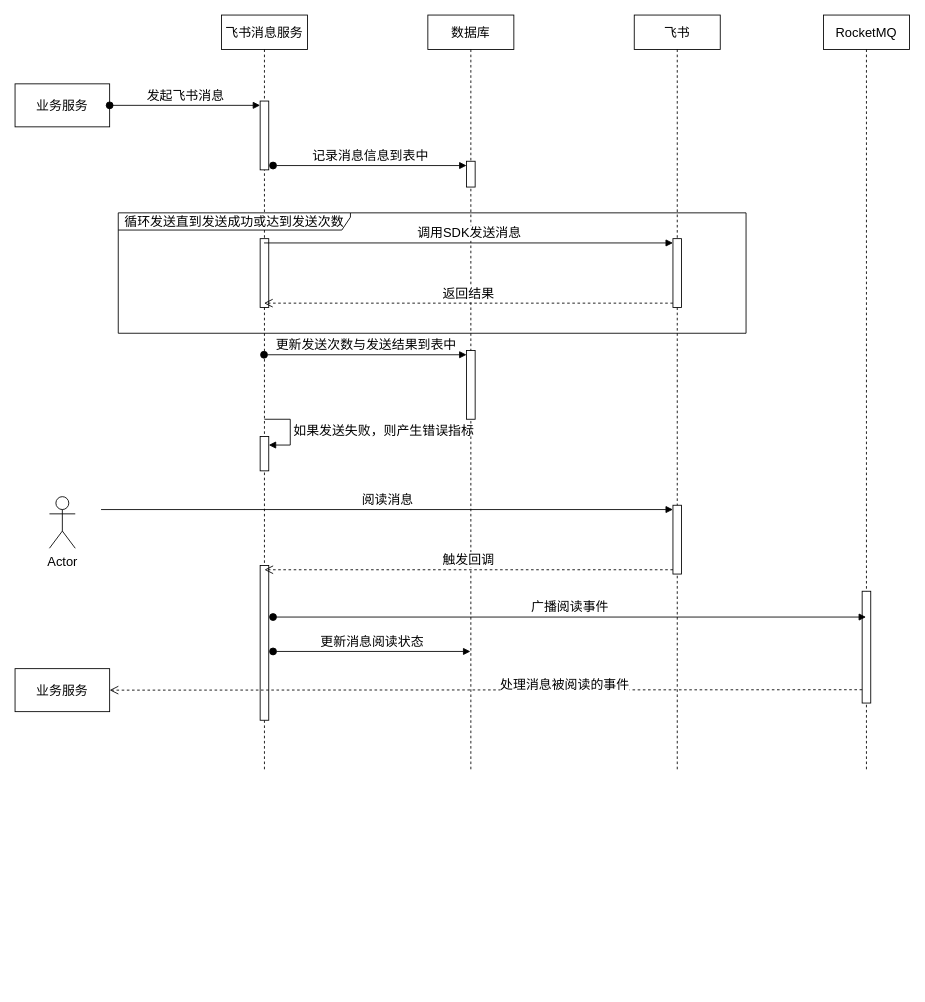
Above: 飞书消息流程.drawio in cjf354075714/learn (draw.io), before the change. Source tidied: cells renumbered, new cells numbered last; positions are measured from the earlier drawing's top-left corner, leaving out a move shared by most shapes. Both pictures are drawn from the tidied source at 86%, with x=0, y=0 at pixel (15, 15).
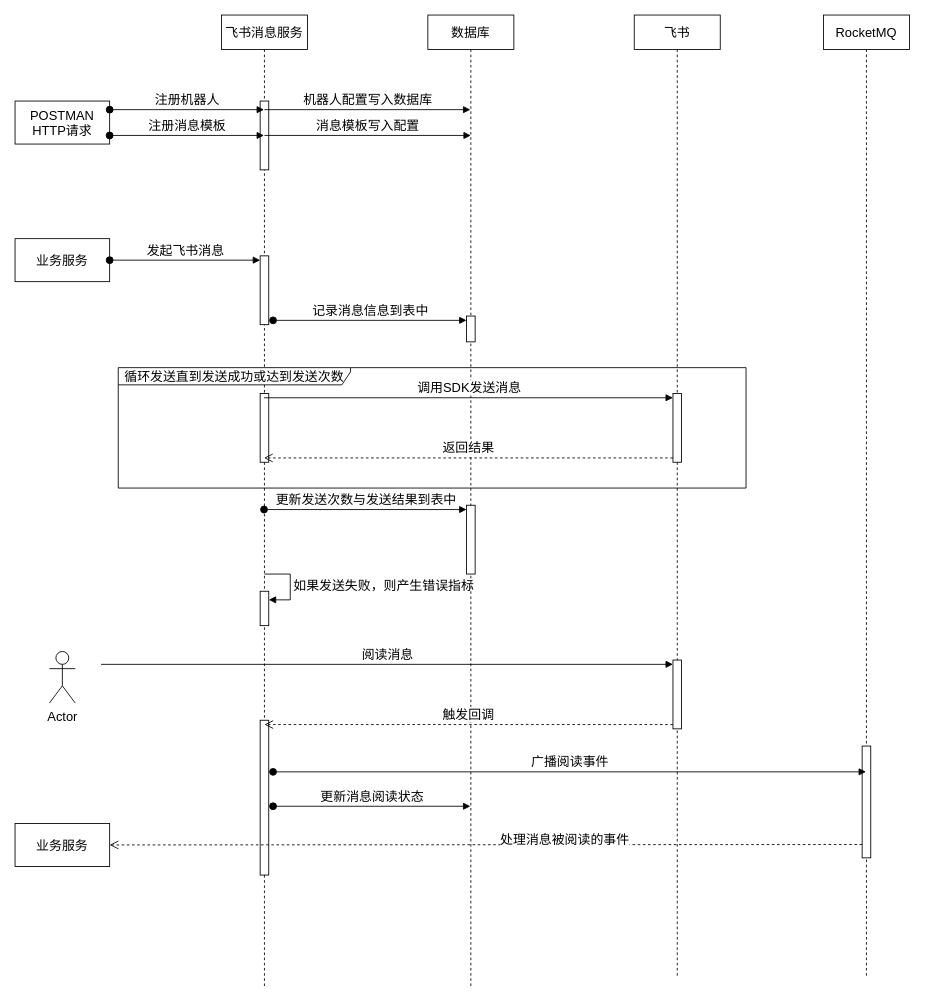
The same page after the edit.

Commit message:
更新飞书消息流程.drawio

Change to the diagram source:
```diff
@@
     <mxCell id="2" value="飞书消息服务" style="shape=umlLifeline;perimeter=lifelinePerimeter;whiteSpace=wrap;html=1;outlineConnect=0;portConstraint=eastwest;newEdgeStyle={&quot;curved&quot;:0,&quot;rounded&quot;:0};fontSize=15;" parent="1" vertex="1">
-      <mxGeometry x="240" width="100" height="880" as="geometry" />
+      <mxGeometry x="240" width="100" height="1130" as="geometry" />
     </mxCell>
     <mxCell id="3" style="html=1;points=[[0,0,0,0,5],[0,1,0,0,-5],[1,0,0,0,5],[1,1,0,0,-5]];perimeter=orthogonalPerimeter;outlineConnect=0;targetShapes=umlLifeline;portConstraint=eastwest;newEdgeStyle={&quot;curved&quot;:0,&quot;rounded&quot;:0};fontSize=15;" parent="2" vertex="1">
-      <mxGeometry x="45" y="100" width="10" height="80" as="geometry" />
+      <mxGeometry x="45" y="280" width="10" height="80" as="geometry" />
     </mxCell>
     <mxCell id="4" style="html=1;perimeter=orthogonalPerimeter;targetShapes=umlLifeline;newEdgeStyle={&quot;curved&quot;:0,&quot;rounded&quot;:0};fontSize=15;" parent="2" vertex="1">
-      <mxGeometry x="45" y="260" width="10" height="80" as="geometry" />
+      <mxGeometry x="45" y="440" width="10" height="80" as="geometry" />
     </mxCell>
     <mxCell id="5" style="html=1;points=[[0,0,0,0,5],[0,1,0,0,-5],[1,0,0,0,5],[1,1,0,0,-5]];perimeter=orthogonalPerimeter;outlineConnect=0;targetShapes=umlLifeline;portConstraint=eastwest;newEdgeStyle={&quot;curved&quot;:0,&quot;rounded&quot;:0};fontSize=15;" parent="2" vertex="1">
-      <mxGeometry x="45" y="490" width="10" height="40" as="geometry" />
+      <mxGeometry x="45" y="670" width="10" height="40" as="geometry" />
     </mxCell>
     <mxCell id="6" value="如果发送失败，则产生错误指标" style="html=1;align=left;spacingLeft=2;endArrow=block;rounded=0;edgeStyle=orthogonalEdgeStyle;curved=0;rounded=0;fontSize=15;" parent="2" edge="1" target="5">
       <mxGeometry relative="1" as="geometry">
-        <mxPoint x="50" y="470" as="sourcePoint" />
+        <mxPoint x="50" y="650" as="sourcePoint" />
         <Array as="points">
-          <mxPoint x="80" y="500" />
+          <mxPoint x="80" y="680" />
         </Array>
       </mxGeometry>
     </mxCell>
     <mxCell id="7" style="html=1;perimeter=orthogonalPerimeter;targetShapes=umlLifeline;newEdgeStyle={&quot;curved&quot;:0,&quot;rounded&quot;:0};fontSize=15;" parent="2" vertex="1">
-      <mxGeometry x="45" y="640" width="10" height="180" as="geometry" />
+      <mxGeometry x="45" y="820" width="10" height="180" as="geometry" />
     </mxCell>
+    <mxCell id="30" style="html=1;perimeter=orthogonalPerimeter;targetShapes=umlLifeline;newEdgeStyle={&quot;curved&quot;:0,&quot;rounded&quot;:0};" parent="2" vertex="1">
+      <mxGeometry x="45" y="100" width="10" height="80" as="geometry" />
+    </mxCell>
     <mxCell id="8" value="飞书" style="shape=umlLifeline;perimeter=lifelinePerimeter;whiteSpace=wrap;html=1;newEdgeStyle={&quot;curved&quot;:0,&quot;rounded&quot;:0};fontSize=15;" parent="1" vertex="1">
-      <mxGeometry x="720" width="100" height="880" as="geometry" />
+      <mxGeometry x="720" width="100" height="1120" as="geometry" />
     </mxCell>
     <mxCell id="9" style="html=1;points=[[0,0,0,0,5],[0,1,0,0,-5],[1,0,0,0,5],[1,1,0,0,-5]];perimeter=orthogonalPerimeter;outlineConnect=0;targetShapes=umlLifeline;portConstraint=eastwest;newEdgeStyle={&quot;curved&quot;:0,&quot;rounded&quot;:0};fontSize=15;" parent="8" vertex="1">
-      <mxGeometry x="45" y="260" width="10" height="80" as="geometry" />
+      <mxGeometry x="45" y="440" width="10" height="80" as="geometry" />
     </mxCell>
     <mxCell id="10" style="html=1;points=[[0,0,0,0,5],[0,1,0,0,-5],[1,0,0,0,5],[1,1,0,0,-5]];perimeter=orthogonalPerimeter;outlineConnect=0;targetShapes=umlLifeline;portConstraint=eastwest;newEdgeStyle={&quot;curved&quot;:0,&quot;rounded&quot;:0};fontSize=15;" parent="8" vertex="1">
-      <mxGeometry x="45" y="570" width="10" height="80" as="geometry" />
+      <mxGeometry x="45" y="750" width="10" height="80" as="geometry" />
     </mxCell>
     <mxCell id="11" value="阅读消息" style="html=1;verticalAlign=bottom;endArrow=block;curved=0;rounded=0;entryX=0;entryY=0;entryDx=0;entryDy=5;fontSize=15;" parent="8" edge="1" target="10">
       <mxGeometry relative="1" as="geometry">
-        <mxPoint x="-620" y="575" as="sourcePoint" />
+        <mxPoint x="-620" y="755" as="sourcePoint" />
       </mxGeometry>
     </mxCell>
     <mxCell id="12" value="数据库" style="shape=umlLifeline;perimeter=lifelinePerimeter;whiteSpace=wrap;html=1;outlineConnect=0;portConstraint=eastwest;newEdgeStyle={&quot;curved&quot;:0,&quot;rounded&quot;:0};fontSize=15;" parent="1" vertex="1">
-      <mxGeometry x="480" width="100" height="880" as="geometry" />
+      <mxGeometry x="480" width="100" height="1130" as="geometry" />
     </mxCell>
     <mxCell id="13" style="html=1;points=[[0,0,0,0,5],[0,1,0,0,-5],[1,0,0,0,5],[1,1,0,0,-5]];perimeter=orthogonalPerimeter;outlineConnect=0;targetShapes=umlLifeline;portConstraint=eastwest;newEdgeStyle={&quot;curved&quot;:0,&quot;rounded&quot;:0};fontSize=15;" parent="12" vertex="1">
-      <mxGeometry x="45" y="170" width="10" height="30" as="geometry" />
+      <mxGeometry x="45" y="350" width="10" height="30" as="geometry" />
     </mxCell>
     <mxCell id="14" style="html=1;points=[[0,0,0,0,5],[0,1,0,0,-5],[1,0,0,0,5],[1,1,0,0,-5]];perimeter=orthogonalPerimeter;outlineConnect=0;targetShapes=umlLifeline;portConstraint=eastwest;newEdgeStyle={&quot;curved&quot;:0,&quot;rounded&quot;:0};fontSize=15;" parent="12" vertex="1">
-      <mxGeometry x="45" y="390" width="10" height="80" as="geometry" />
+      <mxGeometry x="45" y="570" width="10" height="80" as="geometry" />
     </mxCell>
     <mxCell id="15" value="更新发送次数与发送结果到表中" style="html=1;verticalAlign=bottom;startArrow=oval;endArrow=block;startSize=8;curved=0;rounded=0;entryX=0;entryY=0;entryDx=0;entryDy=5;fontSize=15;" parent="12" edge="1" target="14">
       <mxGeometry relative="1" as="geometry">
-        <mxPoint x="-190.5" y="395" as="sourcePoint" />
+        <mxPoint x="-190.5" y="575" as="sourcePoint" />
       </mxGeometry>
     </mxCell>
     <mxCell id="16" value="业务服务" style="html=1;whiteSpace=wrap;fontSize=15;" parent="1" vertex="1">
-      <mxGeometry y="80" width="110" height="50" as="geometry" />
+      <mxGeometry y="260" width="110" height="50" as="geometry" />
     </mxCell>
@@
     <mxCell id="18" value="记录消息信息到表中" style="html=1;verticalAlign=bottom;startArrow=oval;endArrow=block;startSize=8;curved=0;rounded=0;entryX=0;entryY=0;entryDx=0;entryDy=5;fontSize=15;" parent="1" edge="1" target="13">
       <mxGeometry relative="1" as="geometry">
-        <mxPoint x="300" y="175" as="sourcePoint" />
+        <mxPoint x="300" y="355" as="sourcePoint" />
       </mxGeometry>
     </mxCell>
-    <mxCell id="19" value="调用SDK发送消息" style="html=1;verticalAlign=bottom;endArrow=block;curved=0;rounded=0;entryX=0;entryY=0;entryDx=0;entryDy=5;fontSize=15;" parent="1" edge="1" source="2" target="9">
-      <mxGeometry relative="1" as="geometry" />
+    <mxCell id="19" value="调用SDK发送消息" style="html=1;verticalAlign=bottom;endArrow=block;curved=0;rounded=0;entryX=0;entryY=0;entryDx=0;entryDy=5;fontSize=15;" parent="1" edge="1" target="9">
+      <mxGeometry relative="1" as="geometry">
+        <mxPoint x="289.5" y="445" as="sourcePoint" />
+      </mxGeometry>
     </mxCell>
-    <mxCell id="20" value="返回结果" style="html=1;verticalAlign=bottom;endArrow=open;dashed=1;endSize=8;curved=0;rounded=0;exitX=0;exitY=1;exitDx=0;exitDy=-5;fontSize=15;" parent="1" edge="1" source="9" target="2">
-      <mxGeometry relative="1" as="geometry" />
+    <mxCell id="20" value="返回结果" style="html=1;verticalAlign=bottom;endArrow=open;dashed=1;endSize=8;curved=0;rounded=0;exitX=0;exitY=1;exitDx=0;exitDy=-5;fontSize=15;" parent="1" edge="1" source="9">
+      <mxGeometry relative="1" as="geometry">
+        <mxPoint x="289.5" y="515" as="targetPoint" />
+      </mxGeometry>
     </mxCell>
     <mxCell id="21" value="循环发送直到发送成功或达到发送次数" style="shape=umlFrame;whiteSpace=wrap;html=1;width=270;height=20;fontSize=15;" parent="1" vertex="1">
-      <mxGeometry x="120" y="230" width="730" height="140" as="geometry" />
+      <mxGeometry x="120" y="410" width="730" height="140" as="geometry" />
     </mxCell>
     <mxCell id="22" value="Actor" style="shape=umlActor;verticalLabelPosition=bottom;verticalAlign=top;html=1;fontSize=15;" parent="1" vertex="1">
-      <mxGeometry x="40" y="560" width="30" height="60" as="geometry" />
+      <mxGeometry x="40" y="740" width="30" height="60" as="geometry" />
     </mxCell>
     <mxCell id="23" value="触发回调" style="html=1;verticalAlign=bottom;endArrow=open;dashed=1;endSize=8;curved=0;rounded=0;exitX=0;exitY=1;exitDx=0;exitDy=-5;fontSize=15;" parent="1" edge="1" source="10">
       <mxGeometry relative="1" as="geometry">
-        <mxPoint x="290" y="645" as="targetPoint" />
+        <mxPoint x="290" y="825" as="targetPoint" />
       </mxGeometry>
     </mxCell>
     <mxCell id="24" value="业务服务" style="html=1;whiteSpace=wrap;fontSize=15;" parent="1" vertex="1">
-      <mxGeometry y="760" width="110" height="50" as="geometry" />
+      <mxGeometry y="940" width="110" height="50" as="geometry" />
     </mxCell>
     <mxCell id="25" value="更新消息阅读状态" style="html=1;verticalAlign=bottom;startArrow=oval;startFill=1;endArrow=block;startSize=8;curved=0;rounded=0;fontSize=15;" parent="1" edge="1">
       <mxGeometry relative="1" as="geometry">
-        <mxPoint x="300" y="740" as="sourcePoint" />
-        <mxPoint x="529.5" y="740" as="targetPoint" />
+        <mxPoint x="300" y="920" as="sourcePoint" />
+        <mxPoint x="529.5" y="920" as="targetPoint" />
       </mxGeometry>
     </mxCell>
     <mxCell id="26" value="RocketMQ" style="shape=umlLifeline;perimeter=lifelinePerimeter;whiteSpace=wrap;html=1;outlineConnect=0;portConstraint=eastwest;newEdgeStyle={&quot;curved&quot;:0,&quot;rounded&quot;:0};fontSize=15;" parent="1" vertex="1">
-      <mxGeometry x="940" width="100" height="880" as="geometry" />
+      <mxGeometry x="940" width="100" height="1120" as="geometry" />
     </mxCell>
     <mxCell id="27" style="html=1;perimeter=orthogonalPerimeter;targetShapes=umlLifeline;newEdgeStyle={&quot;curved&quot;:0,&quot;rounded&quot;:0};fontSize=15;" parent="26" vertex="1">
-      <mxGeometry x="45" y="670" width="10" height="130" as="geometry" />
+      <mxGeometry x="45" y="850" width="10" height="130" as="geometry" />
     </mxCell>
-    <mxCell id="28" value="&lt;font style=&quot;font-size: 15px;&quot;&gt;广播阅读事件&lt;/font&gt;" style="html=1;verticalAlign=bottom;startArrow=oval;startFill=1;endArrow=block;startSize=8;curved=0;rounded=0;" parent="1" edge="1" target="26">
+    <mxCell id="28" value="&lt;font style=&quot;font-size: 15px;&quot;&gt;广播阅读事件&lt;/font&gt;" style="html=1;verticalAlign=bottom;startArrow=oval;startFill=1;endArrow=block;startSize=8;curved=0;rounded=0;" parent="1" edge="1">
       <mxGeometry relative="1" as="geometry">
-        <mxPoint x="300" y="700" as="sourcePoint" />
+        <mxPoint x="300" y="880" as="sourcePoint" />
+        <mxPoint x="989.5" y="880" as="targetPoint" />
       </mxGeometry>
     </mxCell>
     <mxCell id="29" value="处理消息被阅读的事件" style="html=1;verticalAlign=bottom;endArrow=open;dashed=1;endSize=8;curved=0;rounded=0;exitX=0;exitY=1;exitDx=0;exitDy=-5;fontSize=15;entryX=1;entryY=0.5;entryDx=0;entryDy=0;" parent="1" edge="1" target="24">
       <mxGeometry x="-0.21" y="5" relative="1" as="geometry">
-        <mxPoint x="985" y="784.5" as="sourcePoint" />
+        <mxPoint x="985" y="964.5" as="sourcePoint" />
       </mxGeometry>
     </mxCell>
+    <mxCell id="31" value="POSTMAN&lt;div&gt;HTTP请求&lt;/div&gt;" style="html=1;whiteSpace=wrap;fontSize=15;" parent="1" vertex="1">
+      <mxGeometry y="100" width="110" height="50" as="geometry" />
+    </mxCell>
+    <mxCell id="32" value="&lt;font style=&quot;font-size: 15px;&quot;&gt;注册机器人&lt;/font&gt;" style="html=1;verticalAlign=bottom;startArrow=oval;startFill=1;endArrow=block;startSize=8;curved=0;rounded=0;" parent="1" edge="1">
+      <mxGeometry relative="1" as="geometry">
+        <mxPoint x="110" y="110" as="sourcePoint" />
+        <mxPoint x="289.5" y="110" as="targetPoint" />
+      </mxGeometry>
+    </mxCell>
+    <mxCell id="33" value="&lt;font style=&quot;font-size: 15px;&quot;&gt;注册消息模板&lt;/font&gt;" style="html=1;verticalAlign=bottom;startArrow=oval;startFill=1;endArrow=block;startSize=8;curved=0;rounded=0;" parent="1" edge="1" target="2">
+      <mxGeometry relative="1" as="geometry">
+        <mxPoint x="110" y="140" as="sourcePoint" />
+      </mxGeometry>
+    </mxCell>
+    <mxCell id="34" value="&lt;font style=&quot;font-size: 15px;&quot;&gt;机器人配置写入数据库&lt;/font&gt;" style="html=1;verticalAlign=bottom;endArrow=block;curved=0;rounded=0;" parent="1" edge="1" target="12">
+      <mxGeometry relative="1" as="geometry">
+        <mxPoint x="290" y="110" as="sourcePoint" />
+      </mxGeometry>
+    </mxCell>
+    <mxCell id="35" value="&lt;font style=&quot;font-size: 15px;&quot;&gt;消息模板写入配置&lt;/font&gt;" style="html=1;verticalAlign=bottom;endArrow=block;curved=0;rounded=0;" parent="1" edge="1">
+      <mxGeometry relative="1" as="geometry">
+        <mxPoint x="290" y="140" as="sourcePoint" />
+        <mxPoint x="530" y="140" as="targetPoint" />
+      </mxGeometry>
+    </mxCell>
```
